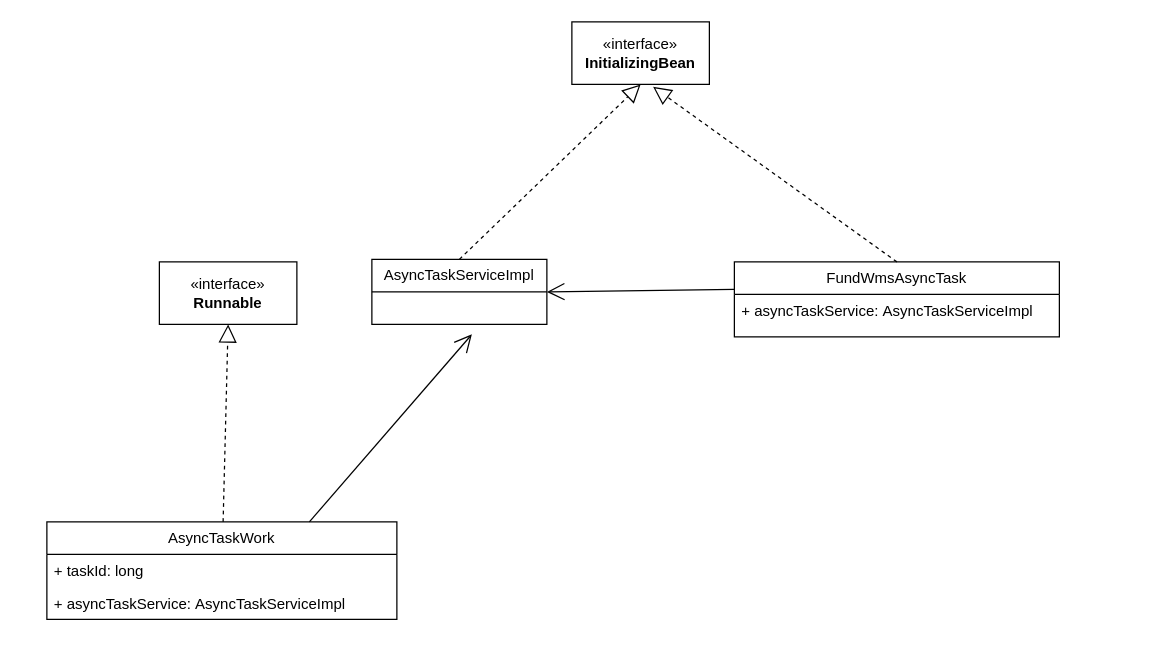
This is page "class diagram" (1 of 3) of fusionAsyncTsas.drawio from xiaomingcong/my-draw-io-chart, a draw.io file, before an edit. Source tidied: cells renumbered, new cells numbered last; positions are measured from the earlier drawing's top-left corner, leaving out a move shared by most shapes. Both pictures are drawn from the tidied source at 125%, with x=0, y=0 at pixel (46, 21).
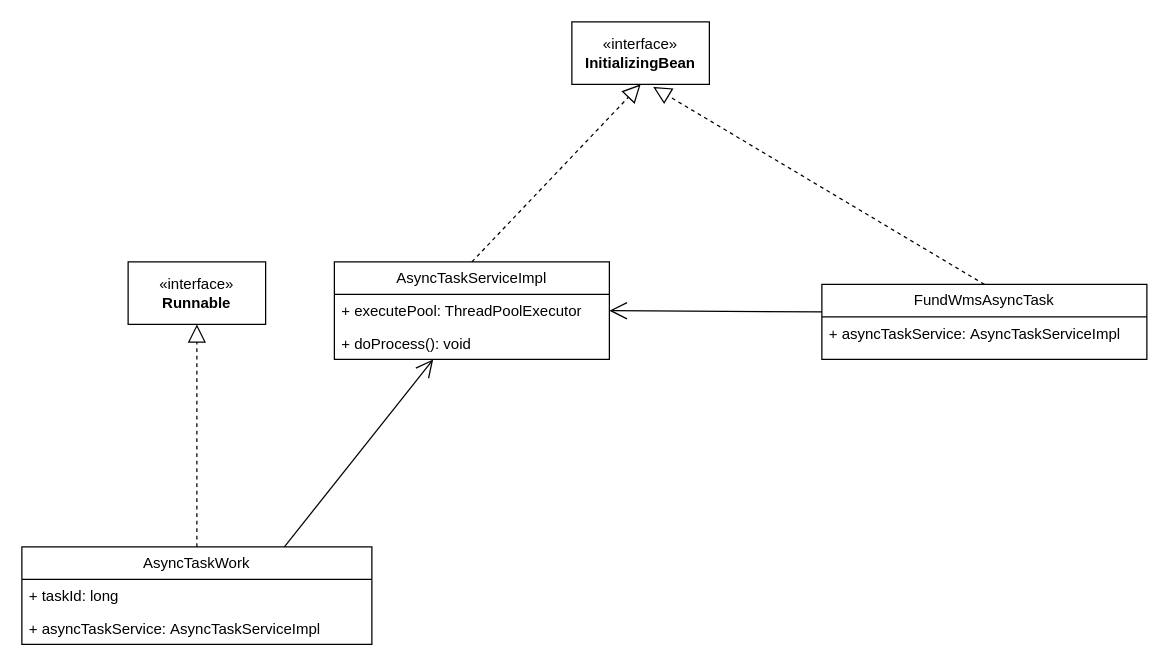
The same diagram, later.

The edit, as a diff of the source:
```diff
@@
 <mxGraphModel>
   <root>
     <mxCell id="0" />
     <mxCell id="1" parent="0" />
     <mxCell id="2" value="AsyncTaskServiceImpl" style="swimlane;fontStyle=0;horizontal=1;startSize=26;fillColor=none;whiteSpace=wrap;html=1;" parent="1" vertex="1">
-      <mxGeometry x="260" y="190" width="140" height="52" as="geometry" />
+      <mxGeometry x="230" y="192" width="220" height="78" as="geometry" />
     </mxCell>
+    <mxCell id="15" value="+ executePool: ThreadPoolExecutor" style="text;strokeColor=none;fillColor=none;align=left;verticalAlign=top;spacingLeft=4;spacingRight=4;overflow=hidden;whiteSpace=wrap;html=1;" parent="2" vertex="1">
+      <mxGeometry y="26" width="220" height="26" as="geometry" />
+    </mxCell>
+    <mxCell id="16" value="+ doProcess()&lt;span style=&quot;background-color: initial;&quot;&gt;: void&lt;/span&gt;" style="text;strokeColor=none;fillColor=none;align=left;verticalAlign=top;spacingLeft=4;spacingRight=4;overflow=hidden;whiteSpace=wrap;html=1;" parent="2" vertex="1">
+      <mxGeometry y="52" width="220" height="26" as="geometry" />
+    </mxCell>
     <mxCell id="3" value="FundWmsAsyncTask" style="swimlane;fontStyle=0;horizontal=1;startSize=26;fillColor=none;whiteSpace=wrap;html=1;" parent="1" vertex="1">
-      <mxGeometry x="550" y="192" width="260" height="60" as="geometry" />
+      <mxGeometry x="620" y="210" width="260" height="60" as="geometry" />
     </mxCell>
     <mxCell id="4" value="+ asyncTaskService:&amp;nbsp;AsyncTaskServiceImpl" style="text;strokeColor=none;fillColor=none;align=left;verticalAlign=top;spacingLeft=4;spacingRight=4;overflow=hidden;whiteSpace=wrap;html=1;" parent="3" vertex="1">
       <mxGeometry y="26" width="260" height="34" as="geometry" />
     </mxCell>
     <mxCell id="5" value="«interface»&lt;br&gt;&lt;b&gt;InitializingBean&lt;/b&gt;" style="html=1;whiteSpace=wrap;" parent="1" vertex="1">
       <mxGeometry x="420" width="110" height="50" as="geometry" />
     </mxCell>
     <mxCell id="6" style="endArrow=block;dashed=1;endFill=0;endSize=12;html=1;rounded=0;entryX=0.5;entryY=1;entryDx=0;entryDy=0;exitX=0.5;exitY=0;exitDx=0;exitDy=0;" parent="1" edge="1" source="2" target="5">
       <mxGeometry relative="1" as="geometry" />
     </mxCell>
     <mxCell id="7" style="endArrow=block;dashed=1;endFill=0;endSize=12;html=1;rounded=0;exitX=0.5;exitY=0;exitDx=0;exitDy=0;entryX=0.591;entryY=1.04;entryDx=0;entryDy=0;entryPerimeter=0;" parent="1" edge="1" source="3" target="5">
       <mxGeometry relative="1" as="geometry" />
     </mxCell>
     <mxCell id="8" value="AsyncTaskWork" style="swimlane;fontStyle=0;horizontal=1;startSize=26;fillColor=none;whiteSpace=wrap;html=1;" parent="1" vertex="1">
-      <mxGeometry y="400" width="280" height="78" as="geometry" />
+      <mxGeometry x="-20" y="420" width="280" height="78" as="geometry" />
     </mxCell>
     <mxCell id="9" value="+&amp;nbsp;taskId&lt;span style=&quot;background-color: initial;&quot;&gt;: long&lt;/span&gt;" style="text;strokeColor=none;fillColor=none;align=left;verticalAlign=top;spacingLeft=4;spacingRight=4;overflow=hidden;whiteSpace=wrap;html=1;" parent="8" vertex="1">
       <mxGeometry y="26" width="280" height="26" as="geometry" />
     </mxCell>
     <mxCell id="10" value="+ asyncTaskService:&amp;nbsp;AsyncTaskServiceImpl" style="text;strokeColor=none;fillColor=none;align=left;verticalAlign=top;spacingLeft=4;spacingRight=4;overflow=hidden;whiteSpace=wrap;html=1;" parent="8" vertex="1">
       <mxGeometry y="52" width="280" height="26" as="geometry" />
     </mxCell>
     <mxCell id="11" value="«interface»&lt;br&gt;&lt;b&gt;Runnable&lt;/b&gt;" style="html=1;whiteSpace=wrap;" parent="1" vertex="1">
-      <mxGeometry x="90" y="192" width="110" height="50" as="geometry" />
+      <mxGeometry x="65" y="192" width="110" height="50" as="geometry" />
     </mxCell>
     <mxCell id="12" style="endArrow=block;dashed=1;endFill=0;endSize=12;html=1;rounded=0;entryX=0.5;entryY=1;entryDx=0;entryDy=0;" parent="1" edge="1" source="8" target="11">
       <mxGeometry relative="1" as="geometry" />
     </mxCell>
-    <mxCell id="13" style="endArrow=open;endFill=1;endSize=12;html=1;rounded=0;exitX=0.75;exitY=0;exitDx=0;exitDy=0;" parent="1" edge="1" source="8">
-      <mxGeometry relative="1" as="geometry">
-        <mxPoint x="340" y="250" as="targetPoint" />
-      </mxGeometry>
+    <mxCell id="13" style="endArrow=open;endFill=1;endSize=12;html=1;rounded=0;exitX=0.75;exitY=0;exitDx=0;exitDy=0;" parent="1" edge="1" source="8" target="2">
+      <mxGeometry relative="1" as="geometry" />
     </mxCell>
     <mxCell id="14" style="endArrow=open;endFill=1;endSize=12;html=1;rounded=0;exitX=0;exitY=0.367;exitDx=0;exitDy=0;entryX=1;entryY=0.5;entryDx=0;entryDy=0;exitPerimeter=0;" parent="1" edge="1" source="3" target="2">
       <mxGeometry relative="1" as="geometry" />
     </mxCell>
   </root>
 </mxGraphModel>
```
